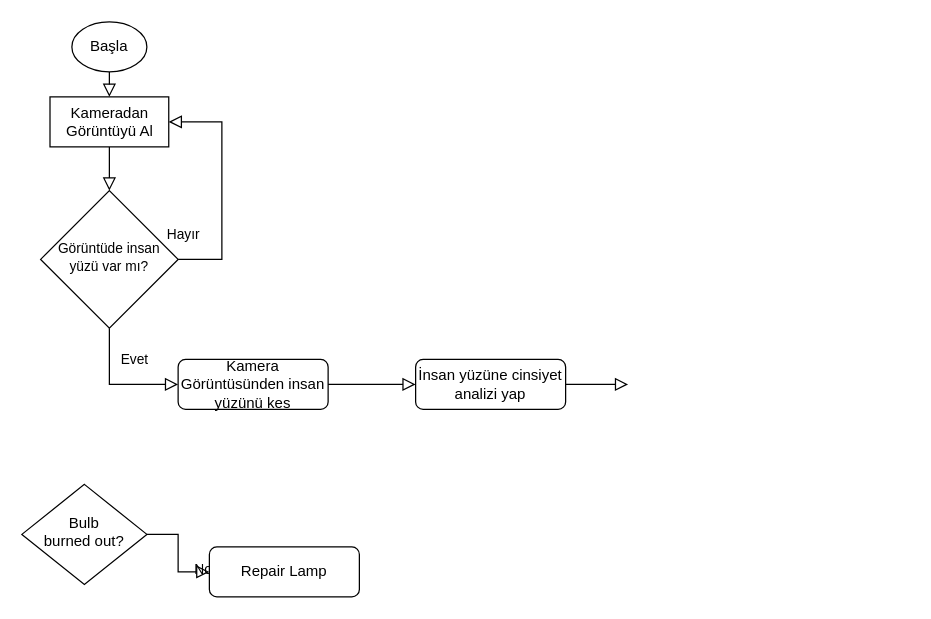
saltlevent/test keeps this draw.io diagram as Untitled Diagram.drawio. Above is the earlier version. Source tidied: cells renumbered, new cells numbered last; positions are measured from the earlier drawing's top-left corner, leaving out a move shared by most shapes. Both pictures are drawn from the tidied source at 125%, with x=0, y=0 at pixel (21, 21).
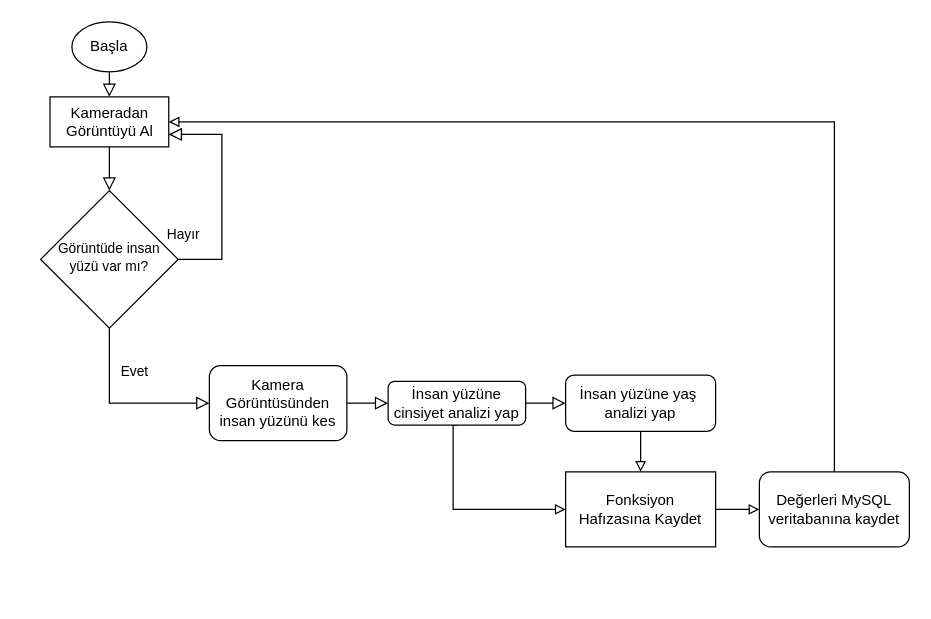
The same diagram, later.

Unchanged cells that the change refers to:
```xml
<mxCell id="4" value="&lt;div&gt;&lt;span style=&quot;font-size: 11px&quot;&gt;Görüntüde i&lt;/span&gt;&lt;span style=&quot;font-size: 11px&quot;&gt;nsan yüzü var mı?&lt;/span&gt;&lt;/div&gt;" style="rhombus;whiteSpace=wrap;html=1;shadow=0;fontFamily=Helvetica;fontSize=12;align=center;strokeWidth=1;spacing=6;spacingTop=-4;" parent="1" vertex="1">
  <mxGeometry x="15" y="135" width="110" height="110" as="geometry" />
</mxCell>
<mxCell id="13" value="Kameradan Görüntüyü Al" style="rounded=0;whiteSpace=wrap;html=1;shadow=0;" parent="1" vertex="1">
  <mxGeometry x="22.5" y="60" width="95" height="40" as="geometry" />
</mxCell>
```

Change to the diagram source:
```diff
@@
-    <mxCell id="2" value="Evet" style="rounded=0;html=1;jettySize=auto;fontSize=11;endArrow=block;endFill=0;endSize=8;strokeWidth=1;shadow=0;labelBackgroundColor=none;edgeStyle=orthogonalEdgeStyle;entryX=0;entryY=0.5;entryDx=0;entryDy=0;" parent="1" edge="1" source="4" target="8">
-      <mxGeometry x="-0.5" y="20" relative="1" as="geometry" />
+    <mxCell id="2" value="Evet" style="rounded=0;html=1;jettySize=auto;fontSize=11;endArrow=block;endFill=0;endSize=8;strokeWidth=1;shadow=0;labelBackgroundColor=none;edgeStyle=orthogonalEdgeStyle;entryX=0;entryY=0.5;entryDx=0;entryDy=0;" parent="1" edge="1" source="4">
+      <mxGeometry x="-0.5" y="20" relative="1" as="geometry">
+        <mxPoint x="150" y="305" as="targetPoint" />
+        <Array as="points">
+          <mxPoint x="70" y="305" />
+        </Array>
+      </mxGeometry>
     </mxCell>
-    <mxCell id="3" value="Hayır" style="edgeStyle=orthogonalEdgeStyle;rounded=0;html=1;jettySize=auto;fontSize=11;endArrow=block;endFill=0;endSize=8;strokeWidth=1;shadow=0;labelBackgroundColor=none;entryX=1;entryY=0.5;entryDx=0;entryDy=0;" parent="1" edge="1" source="4" target="13">
+    <mxCell id="3" value="Hayır" style="edgeStyle=orthogonalEdgeStyle;rounded=0;html=1;jettySize=auto;fontSize=11;endArrow=block;endFill=0;endSize=8;strokeWidth=1;shadow=0;labelBackgroundColor=none;entryX=1;entryY=0.75;entryDx=0;entryDy=0;" parent="1" edge="1" source="4" target="13">
       <mxGeometry x="-0.96" y="20" relative="1" as="geometry">
         <Array as="points">
           <mxPoint x="160" y="190" />
-          <mxPoint x="160" y="80" />
+          <mxPoint x="160" y="90" />
         </Array>
       </mxGeometry>
     </mxCell>
@@
-    <mxCell id="5" value="No" style="rounded=0;html=1;jettySize=auto;fontSize=11;endArrow=block;endFill=0;endSize=8;strokeWidth=1;shadow=0;labelBackgroundColor=none;edgeStyle=orthogonalEdgeStyle;" parent="1" edge="1" source="6" target="7">
-      <mxGeometry x="0.33" y="20" relative="1" as="geometry" />
-    </mxCell>
-    <mxCell id="6" value="Bulb&lt;br&gt;burned out?" style="rhombus;whiteSpace=wrap;html=1;shadow=0;fontFamily=Helvetica;fontSize=12;align=center;strokeWidth=1;spacing=6;spacingTop=-4;" parent="1" vertex="1">
-      <mxGeometry y="370" width="100" height="80" as="geometry" />
-    </mxCell>
-    <mxCell id="7" value="Repair Lamp" style="rounded=1;whiteSpace=wrap;html=1;fontSize=12;glass=0;strokeWidth=1;shadow=0;" parent="1" vertex="1">
-      <mxGeometry x="150" y="420" width="120" height="40" as="geometry" />
-    </mxCell>
-    <mxCell id="8" value="Kamera Görüntüsünden insan yüzünü kes" style="rounded=1;whiteSpace=wrap;html=1;fontSize=12;glass=0;strokeWidth=1;shadow=0;" parent="1" vertex="1">
-      <mxGeometry x="125" y="270" width="120" height="40" as="geometry" />
-    </mxCell>
-    <mxCell id="9" value="İnsan yüzüne cinsiyet analizi yap" style="rounded=1;whiteSpace=wrap;html=1;fontSize=12;glass=0;strokeWidth=1;shadow=0;" parent="1" vertex="1">
-      <mxGeometry x="315" y="270" width="120" height="40" as="geometry" />
-    </mxCell>
-    <mxCell id="10" style="rounded=0;html=1;jettySize=auto;fontSize=11;endArrow=block;endFill=0;endSize=8;strokeWidth=1;shadow=0;labelBackgroundColor=none;edgeStyle=orthogonalEdgeStyle;entryX=0;entryY=0.5;entryDx=0;entryDy=0;exitX=1;exitY=0.5;exitDx=0;exitDy=0;" parent="1" edge="1" source="8" target="9">
+    <mxCell id="10" style="rounded=0;html=1;jettySize=auto;orthogonalLoop=1;fontSize=11;endArrow=block;endFill=0;endSize=8;strokeWidth=1;shadow=0;labelBackgroundColor=none;edgeStyle=orthogonalEdgeStyle;exitX=1;exitY=0.5;exitDx=0;exitDy=0;entryX=0;entryY=0.5;entryDx=0;entryDy=0;" parent="1" edge="1">
       <mxGeometry relative="1" as="geometry">
+        <mxPoint x="260" y="305" as="sourcePoint" />
+        <mxPoint x="293" y="305" as="targetPoint" />
         <Array as="points">
-          <mxPoint x="275" y="290" />
-          <mxPoint x="275" y="290" />
+          <mxPoint x="270" y="305" />
+          <mxPoint x="270" y="305" />
         </Array>
       </mxGeometry>
     </mxCell>
-    <mxCell id="11" style="rounded=0;html=1;jettySize=auto;fontSize=11;endArrow=block;endFill=0;endSize=8;strokeWidth=1;shadow=0;labelBackgroundColor=none;edgeStyle=orthogonalEdgeStyle;exitX=1;exitY=0.5;exitDx=0;exitDy=0;" parent="1" edge="1" source="9">
-      <mxGeometry relative="1" as="geometry">
-        <mxPoint x="485" y="290" as="targetPoint" />
-        <Array as="points">
-          <mxPoint x="445" y="290" />
-          <mxPoint x="445" y="290" />
-        </Array>
-      </mxGeometry>
-    </mxCell>
@@
+    <mxCell id="16" style="edgeStyle=orthogonalEdgeStyle;rounded=0;jettySize=auto;html=1;endArrow=block;endFill=0;entryX=0;entryY=0.5;entryDx=0;entryDy=0;exitX=0.5;exitY=1;exitDx=0;exitDy=0;" parent="1" edge="1" source="9" target="19">
+      <mxGeometry relative="1" as="geometry">
+        <Array as="points">
+          <mxPoint x="345" y="390" />
+        </Array>
+      </mxGeometry>
+    </mxCell>
+    <mxCell id="17" style="rounded=0;html=1;jettySize=auto;fontSize=11;endArrow=block;endFill=0;endSize=8;strokeWidth=1;shadow=0;labelBackgroundColor=none;edgeStyle=orthogonalEdgeStyle;exitX=1;exitY=0.5;exitDx=0;exitDy=0;entryX=0;entryY=0.5;entryDx=0;entryDy=0;" parent="1" edge="1" target="21">
+      <mxGeometry relative="1" as="geometry">
+        <mxPoint x="403" y="305" as="sourcePoint" />
+      </mxGeometry>
+    </mxCell>
+    <mxCell id="18" style="edgeStyle=orthogonalEdgeStyle;rounded=0;jettySize=auto;html=1;endArrow=block;endFill=0;entryX=0;entryY=0.5;entryDx=0;entryDy=0;" parent="1" edge="1" source="19" target="23">
+      <mxGeometry relative="1" as="geometry" />
+    </mxCell>
+    <mxCell id="19" value="Fonksiyon &lt;br&gt;Hafızasına Kaydet" style="rounded=0;whiteSpace=wrap;html=1;shadow=0;glass=0;sketch=0;" parent="1" vertex="1">
+      <mxGeometry x="435" y="360" width="120" height="60" as="geometry" />
+    </mxCell>
+    <mxCell id="8" value="&lt;span&gt;Kamera Görüntüsünden insan yüzünü kes&lt;/span&gt;" style="rounded=1;whiteSpace=wrap;html=1;shadow=0;glass=0;sketch=0;" parent="1" vertex="1">
+      <mxGeometry x="150" y="275" width="110" height="60" as="geometry" />
+    </mxCell>
+    <mxCell id="9" value="&lt;span&gt;İnsan yüzüne cinsiyet analizi yap&lt;/span&gt;" style="rounded=1;whiteSpace=wrap;html=1;shadow=0;glass=0;sketch=0;" parent="1" vertex="1">
+      <mxGeometry x="293" y="287.5" width="110" height="35" as="geometry" />
+    </mxCell>
+    <mxCell id="20" style="edgeStyle=orthogonalEdgeStyle;rounded=0;jettySize=auto;html=1;endArrow=block;endFill=0;exitX=0.5;exitY=1;exitDx=0;exitDy=0;" parent="1" edge="1" source="21" target="19">
+      <mxGeometry relative="1" as="geometry" />
+    </mxCell>
+    <mxCell id="21" value="&lt;span&gt;İnsan yüzüne yaş&amp;nbsp; analizi yap&lt;br&gt;&lt;/span&gt;" style="rounded=1;whiteSpace=wrap;html=1;shadow=0;glass=0;sketch=0;" parent="1" vertex="1">
+      <mxGeometry x="435" y="282.5" width="120" height="45" as="geometry" />
+    </mxCell>
+    <mxCell id="22" style="edgeStyle=orthogonalEdgeStyle;rounded=0;jettySize=auto;html=1;endArrow=block;endFill=0;entryX=1;entryY=0.5;entryDx=0;entryDy=0;exitX=0.5;exitY=0;exitDx=0;exitDy=0;" parent="1" edge="1" source="23" target="13">
+      <mxGeometry relative="1" as="geometry">
+        <Array as="points">
+          <mxPoint x="650" y="80" />
+        </Array>
+      </mxGeometry>
+    </mxCell>
+    <mxCell id="23" value="Değerleri MySQL veritabanına kaydet" style="rounded=1;whiteSpace=wrap;html=1;shadow=0;glass=0;sketch=0;" parent="1" vertex="1">
+      <mxGeometry x="590" y="360" width="120" height="60" as="geometry" />
+    </mxCell>
```
